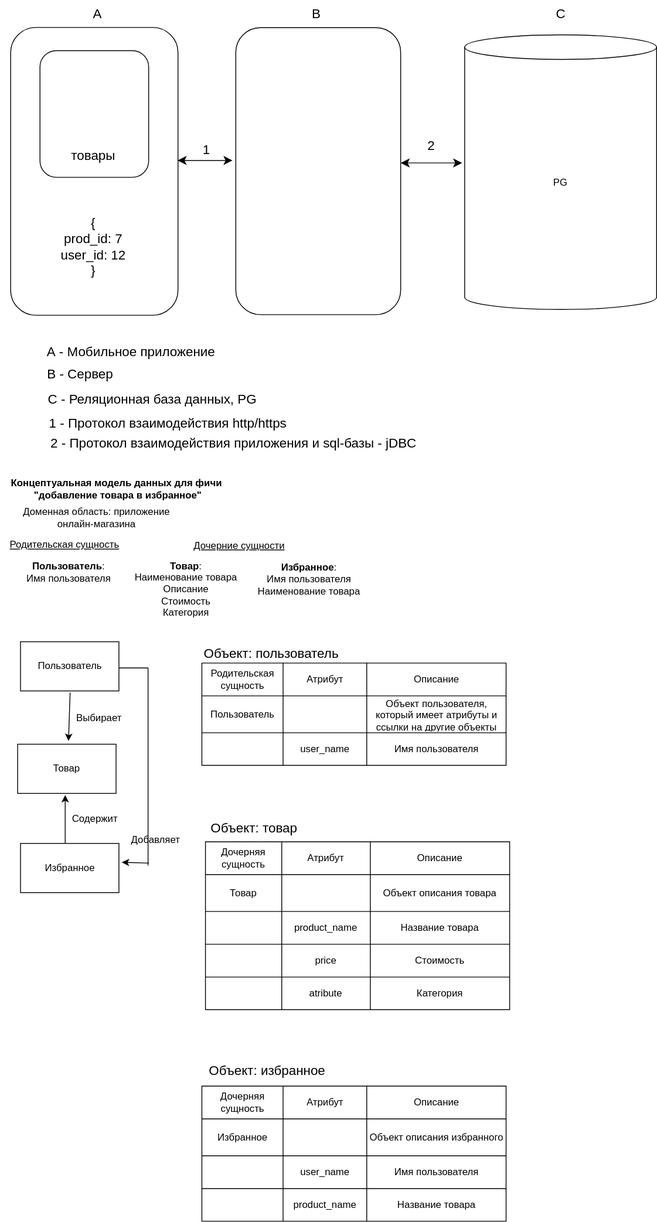
This is Pasynkova_Olga/Data Model.drawio.svg from abdullahproff/BSA21_1, a draw.io export, as it was before one commit. Source tidied: cells renumbered, new cells last; positions are measured from the earlier drawing's top-left corner, leaving out a move shared by most shapes.
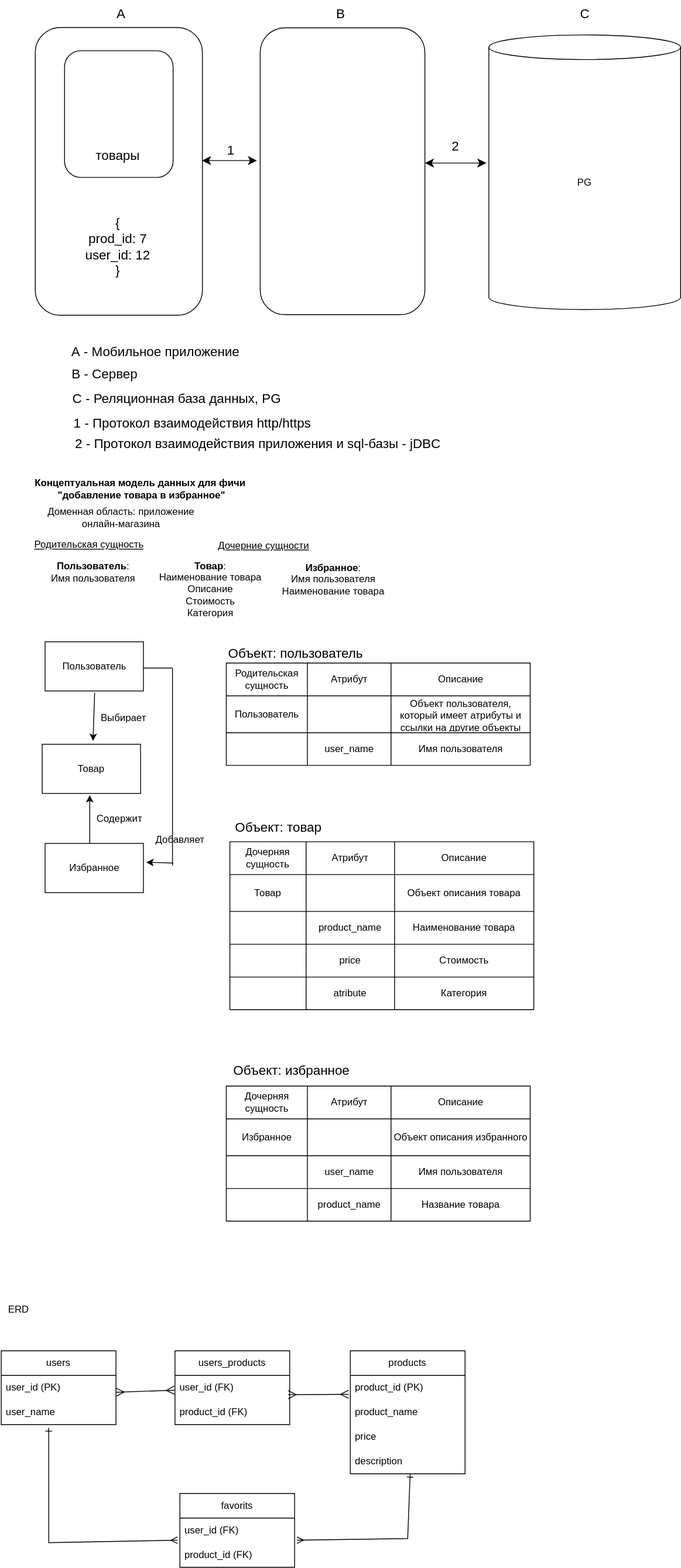
Later version of the same file.

What changed in the source:
```diff
@@ -209,7 +209,7 @@
     <mxCell id="63" value="product_name" style="shape=partialRectangle;html=1;whiteSpace=wrap;strokeColor=inherit;overflow=hidden;fillColor=none;top=0;left=0;bottom=0;right=0;" parent="61" vertex="1">
       <mxGeometry x="93" width="108" height="40" as="geometry" />
     </mxCell>
-    <mxCell id="64" value="Название товара" style="shape=partialRectangle;html=1;whiteSpace=wrap;strokeColor=inherit;overflow=hidden;fillColor=none;top=0;left=0;bottom=0;right=0;" parent="61" vertex="1">
+    <mxCell id="64" value="Наименование товара" style="shape=partialRectangle;html=1;whiteSpace=wrap;strokeColor=inherit;overflow=hidden;fillColor=none;top=0;left=0;bottom=0;right=0;" parent="61" vertex="1">
       <mxGeometry x="201" width="170" height="40" as="geometry" />
     </mxCell>
     <mxCell id="65" style="shape=tableRow;horizontal=0;startSize=0;swimlaneHead=0;swimlaneBody=0;strokeColor=inherit;top=0;left=0;bottom=0;right=0;fillColor=none;" parent="52" vertex="1">
@@ -293,5 +293,75 @@
     <mxCell id="91" value="Объект: избранное" style="text;html=1;align=center;verticalAlign=middle;strokeColor=none;fillColor=none;fontSize=16;" parent="1" vertex="1">
       <mxGeometry x="304.8" y="1289" width="163" height="31" as="geometry" />
     </mxCell>
+    <mxCell id="92" value="users" style="swimlane;fontStyle=0;horizontal=1;startSize=30;whiteSpace=wrap;html=1;" parent="1" vertex="1">
+      <mxGeometry x="32" y="1647" width="140" height="90" as="geometry" />
+    </mxCell>
+    <mxCell id="93" value="user_id (PK)" style="text;strokeColor=none;fillColor=none;align=left;verticalAlign=middle;spacingLeft=4;spacingRight=4;overflow=hidden;whiteSpace=wrap;html=1;" parent="92" vertex="1">
+      <mxGeometry y="30" width="140" height="30" as="geometry" />
+    </mxCell>
+    <mxCell id="94" value="user_name" style="text;strokeColor=none;fillColor=none;align=left;verticalAlign=middle;spacingLeft=4;spacingRight=4;overflow=hidden;points=[[0,0.5],[1,0.5]];portConstraint=eastwest;whiteSpace=wrap;html=1;" parent="92" vertex="1">
+      <mxGeometry y="60" width="140" height="30" as="geometry" />
+    </mxCell>
+    <mxCell id="95" value="products" style="swimlane;fontStyle=0;horizontal=1;startSize=30;whiteSpace=wrap;html=1;" parent="1" vertex="1">
+      <mxGeometry x="458" y="1647" width="140" height="150" as="geometry" />
+    </mxCell>
+    <mxCell id="96" value="product_id (PK)" style="text;strokeColor=none;fillColor=none;align=left;verticalAlign=middle;spacingLeft=4;spacingRight=4;overflow=hidden;whiteSpace=wrap;html=1;" parent="95" vertex="1">
+      <mxGeometry y="30" width="140" height="30" as="geometry" />
+    </mxCell>
+    <mxCell id="97" value="product_name" style="text;strokeColor=none;fillColor=none;align=left;verticalAlign=middle;spacingLeft=4;spacingRight=4;overflow=hidden;whiteSpace=wrap;html=1;" parent="95" vertex="1">
+      <mxGeometry y="60" width="140" height="30" as="geometry" />
+    </mxCell>
+    <mxCell id="98" value="price" style="text;strokeColor=none;fillColor=none;align=left;verticalAlign=middle;spacingLeft=4;spacingRight=4;overflow=hidden;whiteSpace=wrap;html=1;" parent="95" vertex="1">
+      <mxGeometry y="90" width="140" height="30" as="geometry" />
+    </mxCell>
+    <mxCell id="99" value="description" style="text;strokeColor=none;fillColor=none;align=left;verticalAlign=middle;spacingLeft=4;spacingRight=4;overflow=hidden;whiteSpace=wrap;html=1;" parent="95" vertex="1">
+      <mxGeometry y="120" width="140" height="30" as="geometry" />
+    </mxCell>
+    <mxCell id="100" value="favorits" style="swimlane;fontStyle=0;horizontal=1;startSize=30;whiteSpace=wrap;html=1;" parent="1" vertex="1">
+      <mxGeometry x="250" y="1821" width="140" height="90" as="geometry" />
+    </mxCell>
+    <mxCell id="101" value="user_id (FK)" style="text;strokeColor=none;fillColor=none;align=left;verticalAlign=middle;spacingLeft=4;spacingRight=4;overflow=hidden;whiteSpace=wrap;html=1;" parent="100" vertex="1">
+      <mxGeometry y="30" width="140" height="30" as="geometry" />
+    </mxCell>
+    <mxCell id="102" value="product_id (FK)" style="text;strokeColor=none;fillColor=none;align=left;verticalAlign=middle;spacingLeft=4;spacingRight=4;overflow=hidden;points=[[0,0.5],[1,0.5]];portConstraint=eastwest;whiteSpace=wrap;html=1;" parent="100" vertex="1">
+      <mxGeometry y="60" width="140" height="30" as="geometry" />
+    </mxCell>
+    <mxCell id="103" value="users_products" style="swimlane;fontStyle=0;horizontal=1;startSize=30;whiteSpace=wrap;html=1;" parent="1" vertex="1">
+      <mxGeometry x="244" y="1647" width="140" height="90" as="geometry" />
+    </mxCell>
+    <mxCell id="104" value="user_id (FK)" style="text;strokeColor=none;fillColor=none;align=left;verticalAlign=middle;spacingLeft=4;spacingRight=4;overflow=hidden;points=[[0,0.5],[1,0.5]];portConstraint=eastwest;whiteSpace=wrap;html=1;" parent="103" vertex="1">
+      <mxGeometry y="30" width="140" height="30" as="geometry" />
+    </mxCell>
+    <mxCell id="105" value="product_id (FK)" style="text;strokeColor=none;fillColor=none;align=left;verticalAlign=middle;spacingLeft=4;spacingRight=4;overflow=hidden;whiteSpace=wrap;html=1;" parent="103" vertex="1">
+      <mxGeometry y="60" width="140" height="30" as="geometry" />
+    </mxCell>
+    <mxCell id="106" style="fontSize=12;html=1;endArrow=ERmany;startArrow=ERmany;rounded=0;startSize=8;endSize=8;exitX=0.986;exitY=0.784;exitDx=0;exitDy=0;startFill=0;endFill=0;exitPerimeter=0;" parent="1" edge="1" source="104">
+      <mxGeometry relative="1" as="geometry">
+        <mxPoint x="456" y="1700" as="targetPoint" />
+      </mxGeometry>
+    </mxCell>
+    <mxCell id="107" style="fontSize=12;html=1;endArrow=ERmany;startArrow=ERmany;rounded=0;startSize=8;endSize=8;exitX=1;exitY=0.5;exitDx=0;exitDy=0;startFill=0;endFill=0;entryX=-0.005;entryY=0.6;entryDx=0;entryDy=0;entryPerimeter=0;" parent="1" edge="1" target="104">
+      <mxGeometry relative="1" as="geometry">
+        <mxPoint x="172" y="1697.5" as="sourcePoint" />
+      </mxGeometry>
+    </mxCell>
+    <mxCell id="108" style="endArrow=ERone;html=1;rounded=0;entryX=0.414;entryY=1.133;entryDx=0;entryDy=0;entryPerimeter=0;exitX=-0.021;exitY=-0.1;exitDx=0;exitDy=0;exitPerimeter=0;startArrow=ERmany;startFill=0;endFill=0;" parent="1" edge="1" source="102" target="94">
+      <mxGeometry relative="1" as="geometry">
+        <Array as="points">
+          <mxPoint x="90" y="1881" />
+        </Array>
+      </mxGeometry>
+    </mxCell>
+    <mxCell id="109" style="endArrow=ERone;html=1;rounded=0;exitX=1.021;exitY=-0.1;exitDx=0;exitDy=0;exitPerimeter=0;endFill=0;startArrow=ERmany;startFill=0;" parent="1" edge="1" source="102">
+      <mxGeometry relative="1" as="geometry">
+        <mxPoint x="531" y="1797" as="targetPoint" />
+        <Array as="points">
+          <mxPoint x="528" y="1876" />
+        </Array>
+      </mxGeometry>
+    </mxCell>
+    <mxCell id="110" value="ERD" style="text;html=1;align=center;verticalAlign=middle;strokeColor=none;fillColor=none;" parent="1" vertex="1">
+      <mxGeometry x="31" y="1584" width="43" height="26" as="geometry" />
+    </mxCell>
   </root>
 </mxGraphModel>
```
